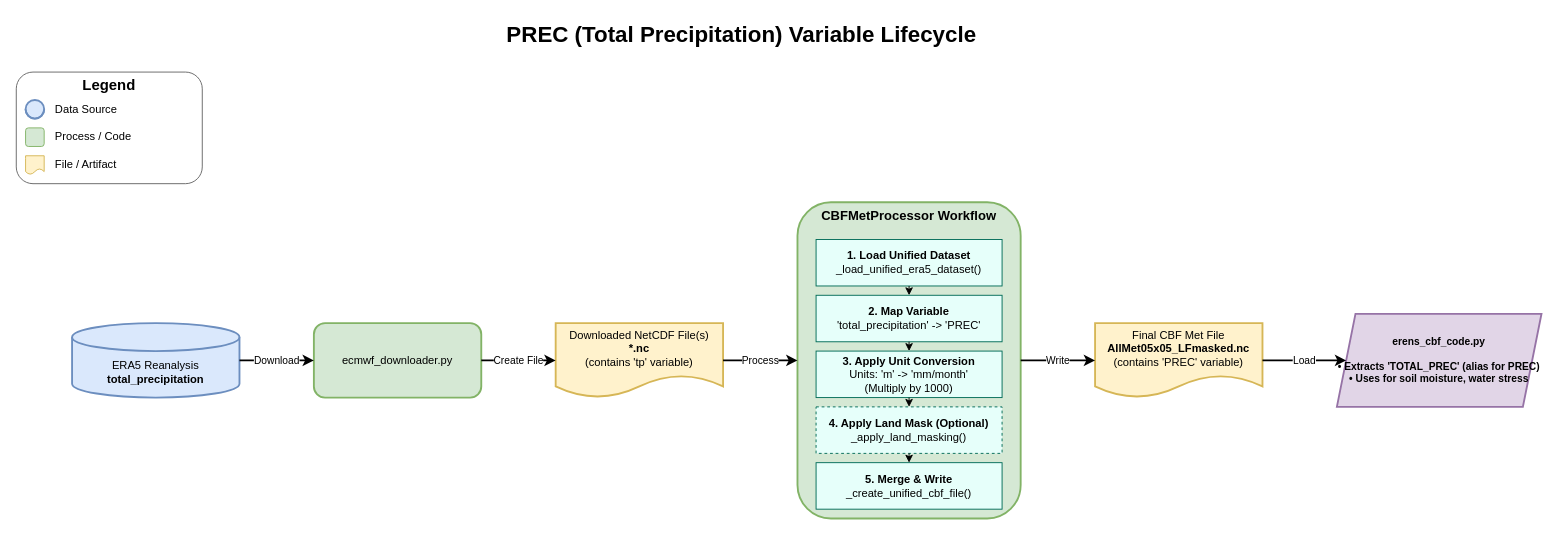
The draw.io diagram plans/prec-lifecycle.xml.drawio in JPL-MGHG/cardamom-preprocessor, before the edit. Source tidied: cells renumbered, new cells numbered last; positions are measured from the earlier drawing's top-left corner, leaving out a move shared by most shapes. Both pictures are drawn from the tidied source at 93%, with x=0, y=0 at pixel (16, 16).
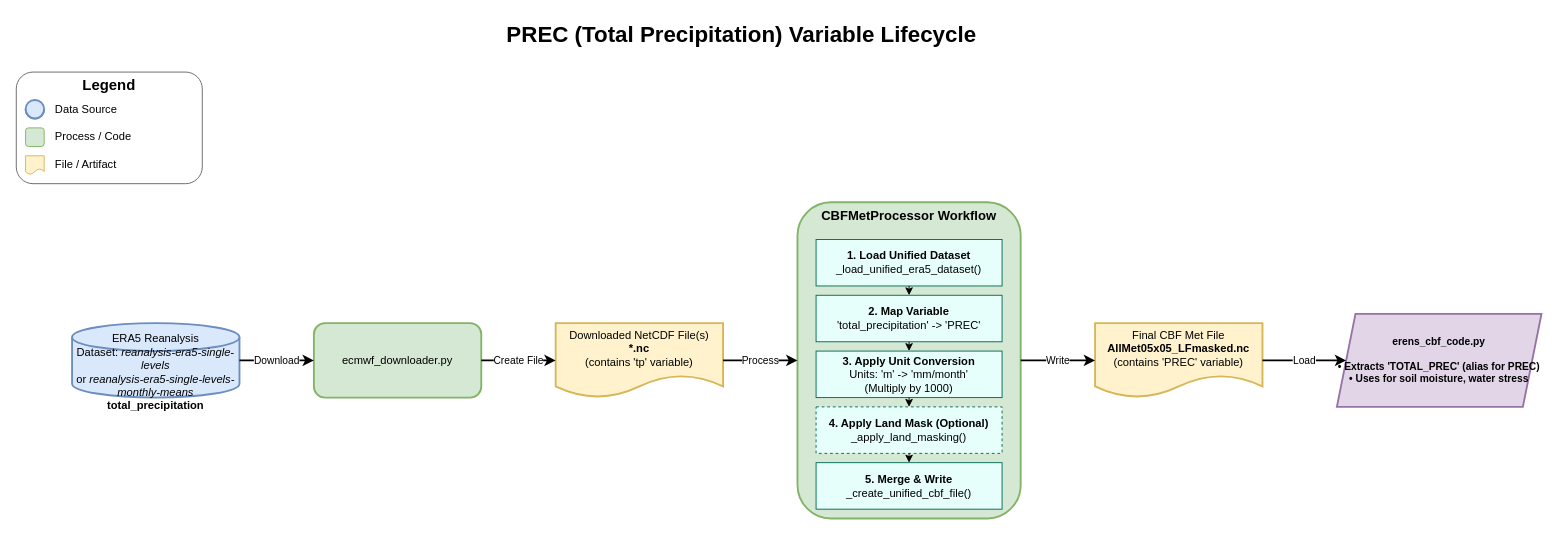
The same diagram, later.

The edit, as a diff of the source:
```diff
@@
-    <mxCell id="11" value="ERA5 Reanalysis&lt;br&gt;&lt;b&gt;total_precipitation&lt;/b&gt;" style="shape=cylinder3;whiteSpace=wrap;html=1;boundedLbl=1;backgroundOutline=1;size=15;strokeWidth=2;fontSize=12;fontStyle=0;fillColor=#dae8fc;strokeColor=#6c8ebf;" parent="1" vertex="1">
+    <mxCell id="11" value="ERA5 Reanalysis&lt;br&gt;Dataset: &lt;i&gt;reanalysis-era5-single-levels&lt;/i&gt;&lt;br&gt;or &lt;i&gt;reanalysis-era5-single-levels-monthly-means&lt;/i&gt;&lt;br&gt;&lt;b&gt;total_precipitation&lt;/b&gt;" style="shape=cylinder3;whiteSpace=wrap;html=1;boundedLbl=1;backgroundOutline=1;size=15;strokeWidth=2;fontSize=12;fontStyle=0;fillColor=#dae8fc;strokeColor=#6c8ebf;" parent="1" vertex="1">
       <mxGeometry x="60" y="330" width="180" height="80" as="geometry" />
     </mxCell>
```
